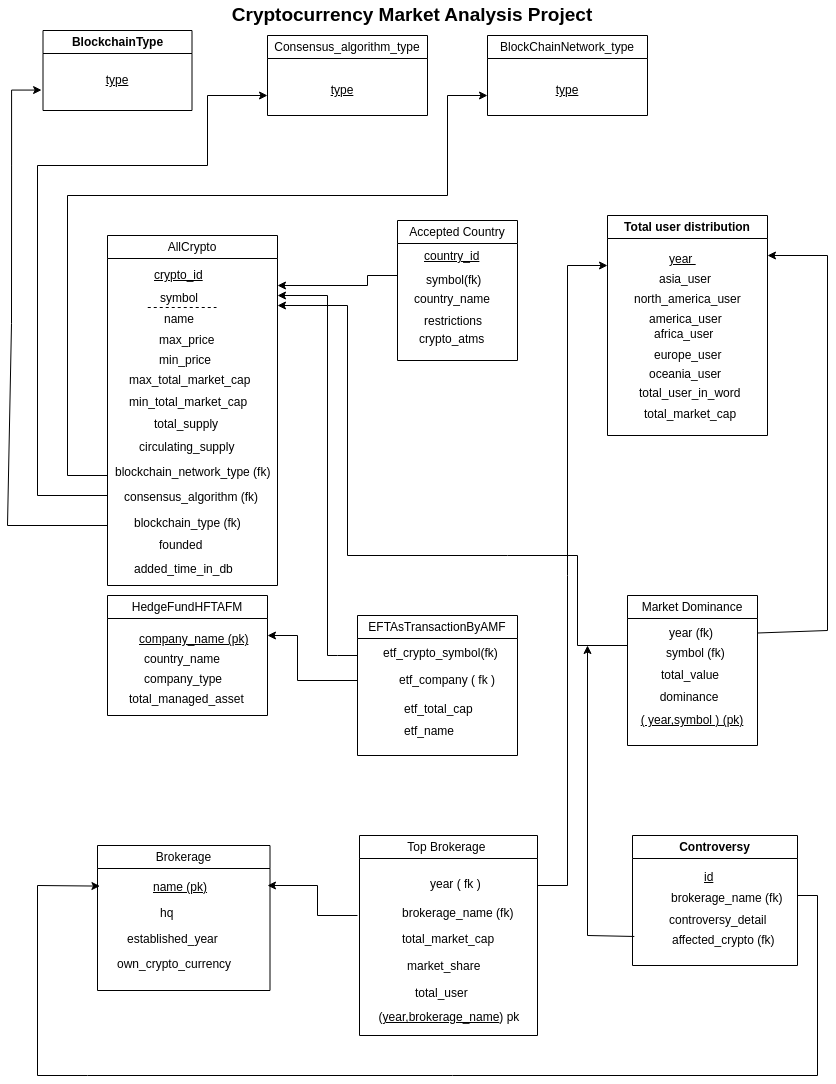
The draw.io diagram Schema.png in Arannamoy-Mondal/Cryptocurrency-Yearly-Market-Analysis-Using-SQL, before a commit. Source tidied: cells renumbered, new cells last; positions are measured from the earlier drawing's top-left corner, leaving out a move shared by most shapes.
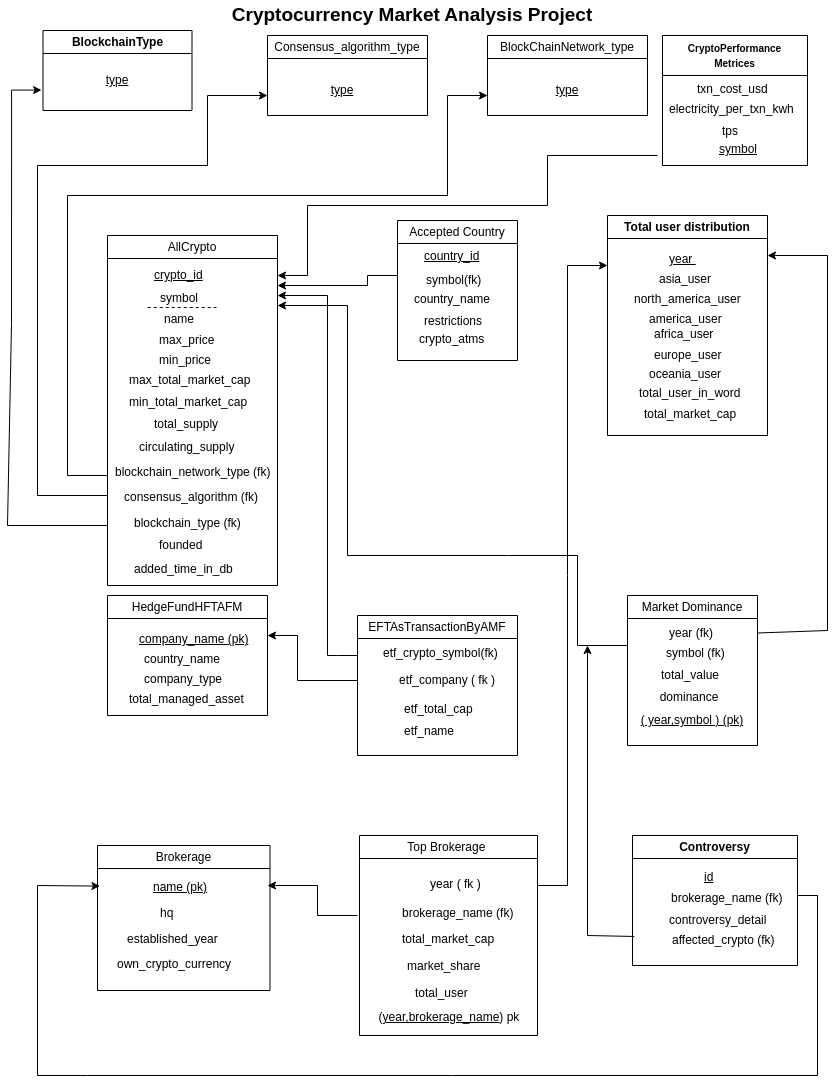
Later version of the same file.

Change to the diagram source:
```diff
@@ -366,5 +366,32 @@
     <mxCell id="90" value="&lt;b&gt;&lt;font style=&quot;font-size: 19px;&quot;&gt;Cryptocurrency Market Analysis Project&lt;/font&gt;&lt;/b&gt;" style="text;html=1;align=center;verticalAlign=middle;whiteSpace=wrap;rounded=0;" parent="1" vertex="1">
       <mxGeometry x="10" width="790" height="30" as="geometry" />
     </mxCell>
+    <mxCell id="91" value="&lt;font style=&quot;font-size: 10px;&quot;&gt;CryptoPerformance&lt;/font&gt;&lt;div style=&quot;&quot;&gt;&lt;font style=&quot;font-size: 10px;&quot;&gt;Metrices&lt;/font&gt;&lt;/div&gt;" style="swimlane;whiteSpace=wrap;html=1;startSize=40;align=center;" parent="1" vertex="1">
+      <mxGeometry x="655" y="35" width="145" height="130" as="geometry" />
+    </mxCell>
+    <mxCell id="92" value="&lt;u&gt;symbol&lt;/u&gt;" style="text;whiteSpace=wrap;html=1;" parent="91" vertex="1">
+      <mxGeometry x="55" y="100" width="70" height="20" as="geometry" />
+    </mxCell>
+    <mxCell id="93" value="tps" style="text;whiteSpace=wrap;html=1;" parent="91" vertex="1">
+      <mxGeometry x="57.5" y="82" width="50" height="20" as="geometry" />
+    </mxCell>
+    <mxCell id="94" value="electricity_per_txn_kwh" style="text;whiteSpace=wrap;html=1;" parent="91" vertex="1">
+      <mxGeometry x="5" y="60" width="135" height="40" as="geometry" />
+    </mxCell>
+    <mxCell id="95" value="txn_cost_usd" style="text;whiteSpace=wrap;html=1;" parent="91" vertex="1">
+      <mxGeometry x="32.5" y="40" width="100" height="40" as="geometry" />
+    </mxCell>
+    <mxCell id="96" style="endArrow=classic;html=1;rounded=0;" parent="1" edge="1">
+      <mxGeometry relative="1" as="geometry">
+        <mxPoint x="650" y="155" as="sourcePoint" />
+        <mxPoint x="270" y="275" as="targetPoint" />
+        <Array as="points">
+          <mxPoint x="540" y="155" />
+          <mxPoint x="540" y="205" />
+          <mxPoint x="300" y="205" />
+          <mxPoint x="300" y="275" />
+        </Array>
+      </mxGeometry>
+    </mxCell>
   </root>
 </mxGraphModel>
```
